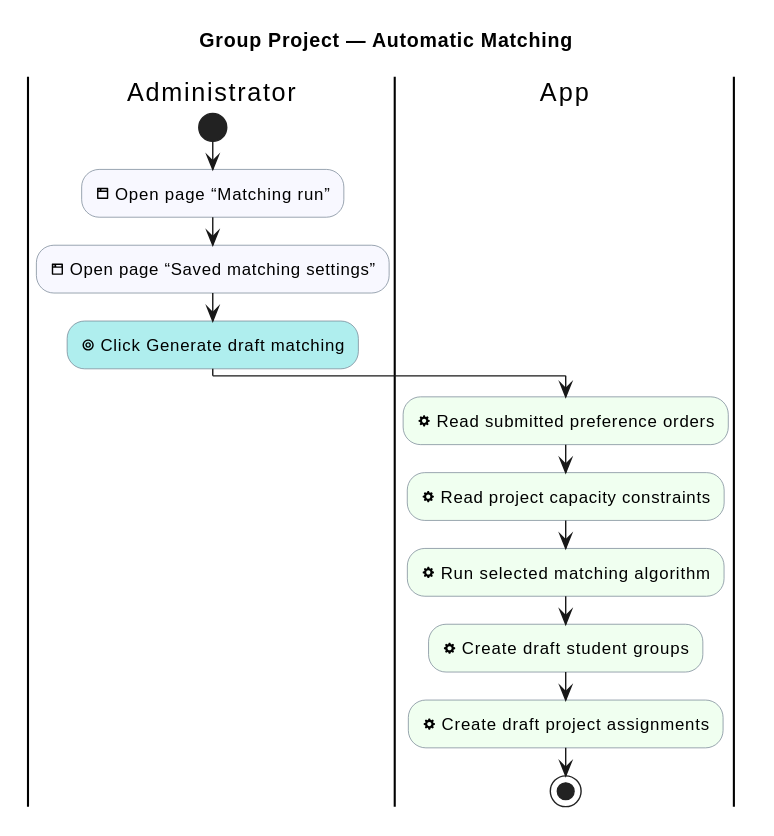
Before: industrial-placement-group-project/diagrams/group-project/automatic-matching.svg, a diagram exported from PlantUML (sdflkjssl/sdflkjssl.github.io).
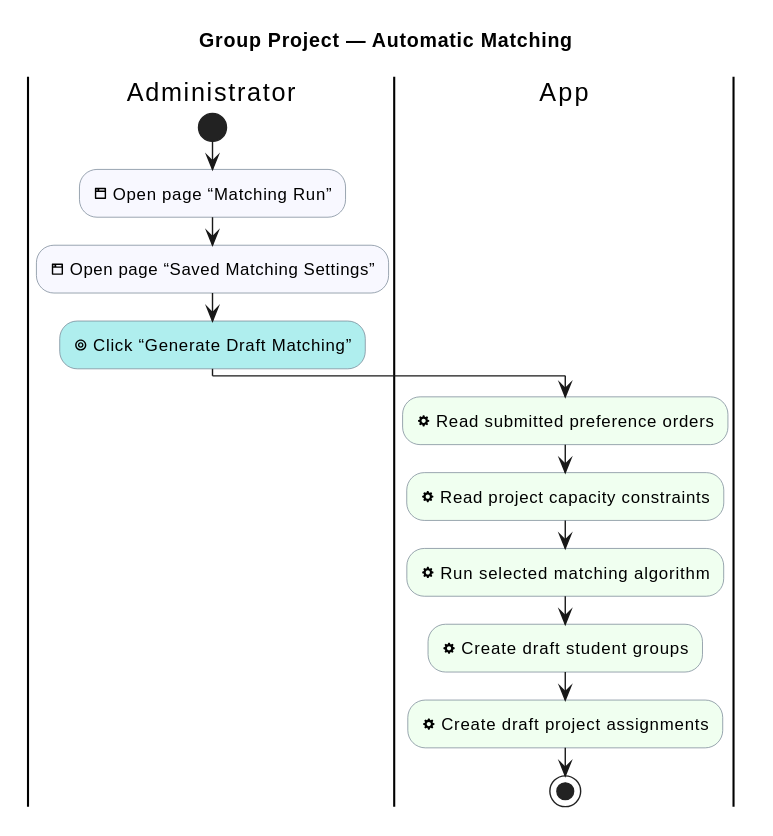
The same file after the commit.

Change to the diagram source:
```diff
@@ -12,9 +12,9 @@
 
 |Administrator|
 start
-:<&browser> Open page “Matching run”; <<#GhostWhite>>
-:<&browser> Open page “Saved matching settings”; <<#GhostWhite>>
-:<&target> Click Generate draft matching; <<#PaleTurquoise>>
+:<&browser> Open page “Matching Run”; <<#GhostWhite>>
+:<&browser> Open page “Saved Matching Settings”; <<#GhostWhite>>
+:<&target> Click “Generate Draft Matching”; <<#PaleTurquoise>>
 |App|
 :<&cog> Read submitted preference orders; <<#HoneyDew>>
 :<&cog> Read project capacity constraints; <<#HoneyDew>>
```
